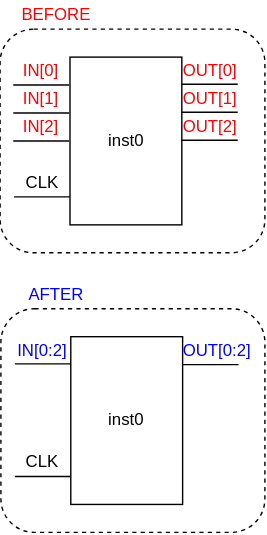
Above: figures/dark-mode/rewire_scripts/join_ports_in_busses.drawio.svg in AlbertHansen/TripleModularRedundancyTool_developer_guide (draw.io), before the change. Source tidied: cells renumbered, new cells last; positions are measured from the earlier drawing's top-left corner, leaving out a move shared by most shapes.
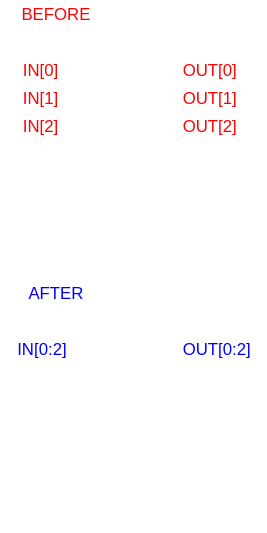
The same file after the commit.

Change to the diagram source:
```diff
@@ -2,51 +2,57 @@
   <root>
     <mxCell id="0" />
     <mxCell id="1" parent="0" />
+    <mxCell id="28" style="rounded=1;whiteSpace=wrap;html=1;strokeColor=#FFFFFF;fontColor=#0000FF;fillColor=none;dashed=1;" parent="1" vertex="1">
+      <mxGeometry x="-0.4" y="20" width="189.4" height="160" as="geometry" />
+    </mxCell>
+    <mxCell id="29" style="rounded=1;whiteSpace=wrap;html=1;strokeColor=#FFFFFF;fontColor=#0000FF;fillColor=none;dashed=1;" parent="1" vertex="1">
+      <mxGeometry x="0.1" y="220" width="188.9" height="160" as="geometry" />
+    </mxCell>
-    <mxCell id="2" style="rounded=0;whiteSpace=wrap;html=1;fillColor=none;" parent="1" vertex="1">
+    <mxCell id="2" style="rounded=0;whiteSpace=wrap;html=1;fillColor=none;strokeColor=#FFFFFF;" parent="1" vertex="1">
       <mxGeometry x="49.6" y="40" width="80" height="120" as="geometry" />
     </mxCell>
-    <mxCell id="3" style="endArrow=none;html=1;" parent="1" edge="1">
+    <mxCell id="3" style="endArrow=none;html=1;strokeColor=#FFFFFF;" parent="1" edge="1">
       <mxGeometry relative="1" as="geometry">
         <mxPoint x="9.6" y="140" as="sourcePoint" />
         <mxPoint x="49.6" y="140" as="targetPoint" />
       </mxGeometry>
     </mxCell>
-    <mxCell id="4" style="endArrow=none;html=1;fontColor=#FF0000;" parent="1" edge="1">
+    <mxCell id="4" style="endArrow=none;html=1;fontColor=#FF0000;strokeColor=#FFFFFF;" parent="1" edge="1">
       <mxGeometry relative="1" as="geometry">
         <mxPoint x="9" y="60" as="sourcePoint" />
         <mxPoint x="49" y="60" as="targetPoint" />
       </mxGeometry>
     </mxCell>
-    <mxCell id="5" style="endArrow=none;html=1;fontColor=#FF0000;" parent="1" edge="1">
+    <mxCell id="5" style="endArrow=none;html=1;fontColor=#FF0000;strokeColor=#FFFFFF;" parent="1" edge="1">
       <mxGeometry relative="1" as="geometry">
         <mxPoint x="9" y="80" as="sourcePoint" />
         <mxPoint x="49" y="80" as="targetPoint" />
       </mxGeometry>
     </mxCell>
-    <mxCell id="6" style="endArrow=none;html=1;startArrow=none;fontColor=#FF0000;" parent="1" edge="1" source="14">
+    <mxCell id="6" style="endArrow=none;html=1;startArrow=none;fontColor=#FF0000;strokeColor=#FFFFFF;" parent="1" edge="1" source="14">
       <mxGeometry relative="1" as="geometry">
         <mxPoint x="49" y="100" as="targetPoint" />
       </mxGeometry>
     </mxCell>
-    <mxCell id="7" style="endArrow=none;html=1;fontColor=#FF0000;" parent="1" edge="1">
+    <mxCell id="7" style="endArrow=none;html=1;fontColor=#FF0000;strokeColor=#FFFFFF;" parent="1" edge="1">
       <mxGeometry relative="1" as="geometry">
         <mxPoint x="129.6" y="59.4" as="sourcePoint" />
         <mxPoint x="169.6" y="59.4" as="targetPoint" />
       </mxGeometry>
     </mxCell>
-    <mxCell id="8" style="endArrow=none;html=1;fontColor=#FF0000;" parent="1" edge="1">
+    <mxCell id="8" style="endArrow=none;html=1;fontColor=#FF0000;strokeColor=#FFFFFF;" parent="1" edge="1">
       <mxGeometry relative="1" as="geometry">
         <mxPoint x="129.6" y="79.4" as="sourcePoint" />
         <mxPoint x="169.6" y="79.4" as="targetPoint" />
       </mxGeometry>
     </mxCell>
-    <mxCell id="9" style="endArrow=none;html=1;fontColor=#FF0000;" parent="1" edge="1">
+    <mxCell id="9" style="endArrow=none;html=1;fontColor=#FF0000;strokeColor=#FFFFFF;" parent="1" edge="1">
       <mxGeometry relative="1" as="geometry">
         <mxPoint x="129.6" y="99.4" as="sourcePoint" />
         <mxPoint x="169.6" y="99.4" as="targetPoint" />
       </mxGeometry>
     </mxCell>
-    <mxCell id="10" value="CLK" style="text;html=1;strokeColor=none;fillColor=none;align=center;verticalAlign=middle;whiteSpace=wrap;rounded=0;" parent="1" vertex="1">
+    <mxCell id="10" value="CLK" style="text;html=1;strokeColor=none;fillColor=none;align=center;verticalAlign=middle;whiteSpace=wrap;rounded=0;fontColor=#FFFFFF;" parent="1" vertex="1">
       <mxGeometry x="9.6" y="120" width="40" height="20" as="geometry" />
     </mxCell>
     <mxCell id="11" value="IN[0]" style="text;html=1;strokeColor=none;fillColor=none;align=center;verticalAlign=middle;whiteSpace=wrap;rounded=0;fontColor=#FF0000;" parent="1" vertex="1">
@@ -55,7 +61,7 @@
     <mxCell id="12" value="IN[1]" style="text;html=1;strokeColor=none;fillColor=none;align=center;verticalAlign=middle;whiteSpace=wrap;rounded=0;fontColor=#FF0000;" parent="1" vertex="1">
       <mxGeometry x="9" y="60" width="40" height="20" as="geometry" />
     </mxCell>
-    <mxCell id="13" style="endArrow=none;html=1;fontColor=#FF0000;" parent="1" edge="1" target="14">
+    <mxCell id="13" style="endArrow=none;html=1;fontColor=#FF0000;strokeColor=#FFFFFF;" parent="1" edge="1" target="14">
       <mxGeometry relative="1" as="geometry">
         <mxPoint x="9" y="100" as="sourcePoint" />
       </mxGeometry>
@@ -63,7 +69,7 @@
     <mxCell id="14" value="IN[2]" style="text;html=1;strokeColor=none;fillColor=none;align=center;verticalAlign=middle;whiteSpace=wrap;rounded=0;fontColor=#FF0000;" parent="1" vertex="1">
       <mxGeometry x="9" y="80" width="40" height="20" as="geometry" />
     </mxCell>
-    <mxCell id="15" style="endArrow=none;html=1;fontColor=#FF0000;" parent="1" edge="1">
+    <mxCell id="15" style="endArrow=none;html=1;fontColor=#FF0000;strokeColor=#FFFFFF;" parent="1" edge="1">
       <mxGeometry relative="1" as="geometry">
         <mxPoint x="9" y="100" as="sourcePoint" />
         <mxPoint x="49" y="100" as="targetPoint" />
@@ -78,19 +84,19 @@
     <mxCell id="18" value="OUT[2]" style="text;html=1;strokeColor=none;fillColor=none;align=center;verticalAlign=middle;whiteSpace=wrap;rounded=0;fontColor=#FF0000;" parent="1" vertex="1">
       <mxGeometry x="129.6" y="80" width="40" height="20" as="geometry" />
     </mxCell>
-    <mxCell id="19" value="inst0" style="text;html=1;strokeColor=none;fillColor=none;align=center;verticalAlign=middle;whiteSpace=wrap;rounded=0;" parent="1" vertex="1">
+    <mxCell id="19" value="inst0" style="text;html=1;strokeColor=none;fillColor=none;align=center;verticalAlign=middle;whiteSpace=wrap;rounded=0;fontColor=#FFFFFF;" parent="1" vertex="1">
       <mxGeometry x="59.6" y="85" width="60" height="30" as="geometry" />
     </mxCell>
-    <mxCell id="20" style="rounded=0;whiteSpace=wrap;html=1;fillColor=none;" parent="1" vertex="1">
+    <mxCell id="20" style="rounded=0;whiteSpace=wrap;html=1;fillColor=none;strokeColor=#FFFFFF;" parent="1" vertex="1">
       <mxGeometry x="50.1" y="240" width="80" height="120" as="geometry" />
     </mxCell>
-    <mxCell id="21" style="endArrow=none;html=1;" parent="1" edge="1">
+    <mxCell id="21" style="endArrow=none;html=1;strokeColor=#FFFFFF;" parent="1" edge="1">
       <mxGeometry relative="1" as="geometry">
         <mxPoint x="10.1" y="340" as="sourcePoint" />
         <mxPoint x="50.1" y="340" as="targetPoint" />
       </mxGeometry>
     </mxCell>
-    <mxCell id="22" value="CLK" style="text;html=1;strokeColor=none;fillColor=none;align=center;verticalAlign=middle;whiteSpace=wrap;rounded=0;" parent="1" vertex="1">
+    <mxCell id="22" value="CLK" style="text;html=1;strokeColor=none;fillColor=none;align=center;verticalAlign=middle;whiteSpace=wrap;rounded=0;fontColor=#FFFFFF;" parent="1" vertex="1">
       <mxGeometry x="10.1" y="320" width="40" height="20" as="geometry" />
     </mxCell>
     <mxCell id="23" value="IN[0:2]" style="text;html=1;strokeColor=none;fillColor=none;align=center;verticalAlign=middle;whiteSpace=wrap;rounded=0;fontColor=#0000FF;" parent="1" vertex="1">
@@ -99,27 +105,21 @@
     <mxCell id="24" value="OUT[0:2]" style="text;html=1;strokeColor=none;fillColor=none;align=center;verticalAlign=middle;whiteSpace=wrap;rounded=0;fontColor=#0000FF;" parent="1" vertex="1">
       <mxGeometry x="130.1" y="240" width="50" height="20" as="geometry" />
     </mxCell>
-    <mxCell id="25" value="inst0" style="text;html=1;strokeColor=none;fillColor=none;align=center;verticalAlign=middle;whiteSpace=wrap;rounded=0;" parent="1" vertex="1">
+    <mxCell id="25" value="inst0" style="text;html=1;strokeColor=none;fillColor=none;align=center;verticalAlign=middle;whiteSpace=wrap;rounded=0;fontColor=#FFFFFF;" parent="1" vertex="1">
       <mxGeometry x="60.1" y="285" width="60" height="30" as="geometry" />
     </mxCell>
-    <mxCell id="26" style="endArrow=none;html=1;" parent="1" edge="1">
+    <mxCell id="26" style="endArrow=none;html=1;strokeColor=#FFFFFF;" parent="1" edge="1">
       <mxGeometry relative="1" as="geometry">
         <mxPoint x="10.1" y="259.4" as="sourcePoint" />
         <mxPoint x="50.1" y="259.4" as="targetPoint" />
       </mxGeometry>
     </mxCell>
-    <mxCell id="27" style="endArrow=none;html=1;" parent="1" edge="1">
+    <mxCell id="27" style="endArrow=none;html=1;strokeColor=#FFFFFF;" parent="1" edge="1">
       <mxGeometry relative="1" as="geometry">
         <mxPoint x="130.1" y="260" as="sourcePoint" />
         <mxPoint x="170.1" y="260" as="targetPoint" />
       </mxGeometry>
     </mxCell>
-    <mxCell id="28" style="rounded=1;whiteSpace=wrap;html=1;strokeColor=#000000;fontColor=#0000FF;fillColor=none;dashed=1;" parent="1" vertex="1">
-      <mxGeometry x="-0.4" y="20" width="189.4" height="160" as="geometry" />
-    </mxCell>
-    <mxCell id="29" style="rounded=1;whiteSpace=wrap;html=1;strokeColor=#000000;fontColor=#0000FF;fillColor=none;dashed=1;" parent="1" vertex="1">
-      <mxGeometry x="0.1" y="220" width="188.9" height="160" as="geometry" />
-    </mxCell>
     <mxCell id="30" value="AFTER" style="text;html=1;strokeColor=none;fillColor=none;align=center;verticalAlign=middle;whiteSpace=wrap;rounded=0;dashed=1;fontColor=#0000FF;" parent="1" vertex="1">
       <mxGeometry x="10.1" y="200" width="60" height="20" as="geometry" />
     </mxCell>
```
